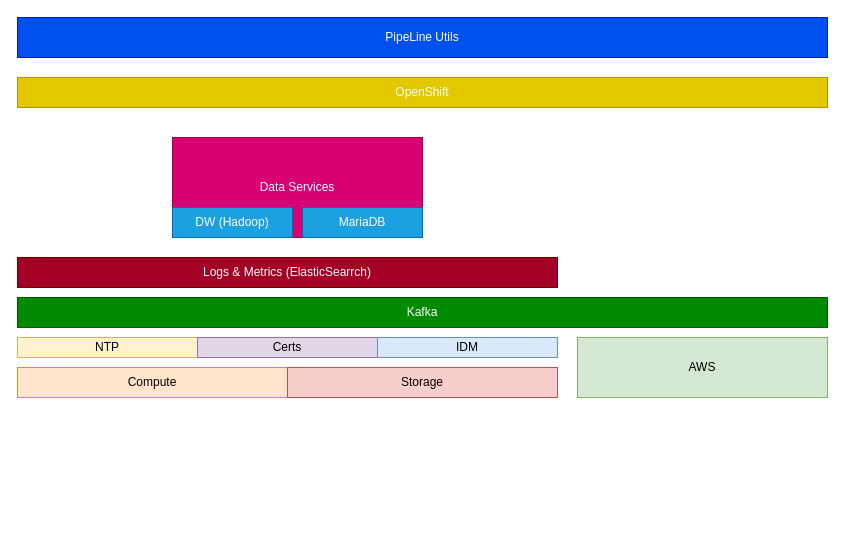
slmingol/diagram_assets keeps this draw.io diagram as architecture/platform.drawio. Above is the earlier version. Source tidied: cells renumbered, new cells numbered last; positions are measured from the earlier drawing's top-left corner, leaving out a move shared by most shapes. Both pictures are drawn from the tidied source at 100%, with x=0, y=0 at pixel (17, 17).
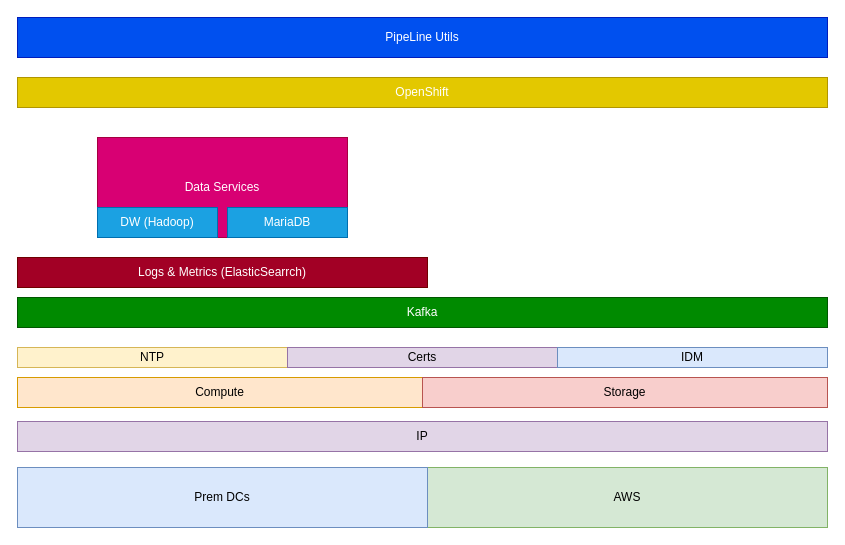
After the change.

Diff of the diagram source:
```diff
@@
 <mxGraphModel>
   <root>
     <mxCell id="0" />
     <mxCell id="1" parent="0" />
     <mxCell id="2" value="OpenShift" style="rounded=0;whiteSpace=wrap;html=1;fillColor=#e3c800;strokeColor=#B09500;fontColor=#ffffff;" parent="1" vertex="1">
       <mxGeometry y="60" width="810" height="30" as="geometry" />
     </mxCell>
     <mxCell id="3" value="Kafka" style="rounded=0;whiteSpace=wrap;html=1;fillColor=#008a00;strokeColor=#005700;fontColor=#ffffff;" parent="1" vertex="1">
       <mxGeometry y="280" width="810" height="30" as="geometry" />
     </mxCell>
-    <mxCell id="4" value="Data Services" style="rounded=0;whiteSpace=wrap;html=1;fillColor=#d80073;strokeColor=#A50040;fontColor=#ffffff;" parent="1" vertex="1">
-      <mxGeometry x="155" y="120" width="250" height="100" as="geometry" />
-    </mxCell>
-    <mxCell id="5" value="DW (Hadoop)" style="rounded=0;whiteSpace=wrap;html=1;fillColor=#1ba1e2;strokeColor=#006EAF;fontColor=#ffffff;" parent="1" vertex="1">
-      <mxGeometry x="155" y="190" width="120" height="30" as="geometry" />
-    </mxCell>
-    <mxCell id="6" value="MariaDB" style="rounded=0;whiteSpace=wrap;html=1;fillColor=#1ba1e2;strokeColor=#006EAF;fontColor=#ffffff;" parent="1" vertex="1">
-      <mxGeometry x="285" y="190" width="120" height="30" as="geometry" />
-    </mxCell>
     <mxCell id="7" value="PipeLine Utils" style="rounded=0;whiteSpace=wrap;html=1;fillColor=#0050ef;strokeColor=#001DBC;fontColor=#ffffff;" parent="1" vertex="1">
       <mxGeometry width="810" height="40" as="geometry" />
     </mxCell>
     <mxCell id="8" value="Logs &amp;amp; Metrics (ElasticSearrch)" style="rounded=0;whiteSpace=wrap;html=1;fillColor=#a20025;strokeColor=#6F0000;fontColor=#ffffff;" parent="1" vertex="1">
-      <mxGeometry y="240" width="540" height="30" as="geometry" />
+      <mxGeometry y="240" width="410" height="30" as="geometry" />
     </mxCell>
     <mxCell id="9" style="group;" parent="1" vertex="1">
-      <mxGeometry y="350" width="540" height="30" as="geometry" />
+      <mxGeometry y="360" width="810" height="30" as="geometry" />
     </mxCell>
     <mxCell id="10" value="Compute" style="rounded=0;whiteSpace=wrap;html=1;fillColor=#ffe6cc;strokeColor=#d79b00;" parent="9" vertex="1">
-      <mxGeometry width="270" height="30" as="geometry" />
+      <mxGeometry width="405" height="30" as="geometry" />
     </mxCell>
     <mxCell id="11" value="Storage" style="rounded=0;whiteSpace=wrap;html=1;fillColor=#f8cecc;strokeColor=#b85450;" parent="9" vertex="1">
-      <mxGeometry x="270" width="270" height="30" as="geometry" />
+      <mxGeometry x="405" width="405" height="30" as="geometry" />
     </mxCell>
     <mxCell id="12" style="group;" parent="1" vertex="1">
-      <mxGeometry y="320" width="540" height="20" as="geometry" />
+      <mxGeometry y="330" width="810" height="20" as="geometry" />
     </mxCell>
     <mxCell id="13" value="NTP" style="rounded=0;whiteSpace=wrap;html=1;fillColor=#fff2cc;strokeColor=#d6b656;" parent="12" vertex="1">
-      <mxGeometry width="180" height="20" as="geometry" />
+      <mxGeometry width="270" height="20" as="geometry" />
     </mxCell>
     <mxCell id="14" value="Certs" style="rounded=0;whiteSpace=wrap;html=1;fillColor=#e1d5e7;strokeColor=#9673a6;" parent="12" vertex="1">
-      <mxGeometry x="180" width="180" height="20" as="geometry" />
+      <mxGeometry x="270" width="270" height="20" as="geometry" />
     </mxCell>
     <mxCell id="15" value="IDM" style="rounded=0;whiteSpace=wrap;html=1;fillColor=#dae8fc;strokeColor=#6c8ebf;" parent="12" vertex="1">
-      <mxGeometry x="360" width="180" height="20" as="geometry" />
+      <mxGeometry x="540" width="270" height="20" as="geometry" />
     </mxCell>
     <mxCell id="16" value="AWS" style="rounded=0;whiteSpace=wrap;html=1;fillColor=#d5e8d4;strokeColor=#82b366;" parent="1" vertex="1">
-      <mxGeometry x="560" y="320" width="250" height="60" as="geometry" />
+      <mxGeometry x="410" y="450" width="400" height="60" as="geometry" />
     </mxCell>
+    <mxCell id="17" value="Prem DCs" style="rounded=0;whiteSpace=wrap;html=1;fillColor=#dae8fc;strokeColor=#6c8ebf;" parent="1" vertex="1">
+      <mxGeometry y="450" width="410" height="60" as="geometry" />
+    </mxCell>
+    <mxCell id="18" value="IP" style="rounded=0;whiteSpace=wrap;html=1;fillColor=#e1d5e7;strokeColor=#9673a6;" parent="1" vertex="1">
+      <mxGeometry y="404" width="810" height="30" as="geometry" />
+    </mxCell>
+    <mxCell id="19" style="group;" parent="1" vertex="1">
+      <mxGeometry x="80" y="120" width="250" height="100" as="geometry" />
+    </mxCell>
+    <mxCell id="4" value="Data Services" style="rounded=0;whiteSpace=wrap;html=1;fillColor=#d80073;strokeColor=#A50040;fontColor=#ffffff;" parent="19" vertex="1">
+      <mxGeometry width="250" height="100" as="geometry" />
+    </mxCell>
+    <mxCell id="5" value="DW (Hadoop)" style="rounded=0;whiteSpace=wrap;html=1;fillColor=#1ba1e2;strokeColor=#006EAF;fontColor=#ffffff;" parent="19" vertex="1">
+      <mxGeometry y="70" width="120" height="30" as="geometry" />
+    </mxCell>
+    <mxCell id="6" value="MariaDB" style="rounded=0;whiteSpace=wrap;html=1;fillColor=#1ba1e2;strokeColor=#006EAF;fontColor=#ffffff;" parent="19" vertex="1">
+      <mxGeometry x="130" y="70" width="120" height="30" as="geometry" />
+    </mxCell>
   </root>
 </mxGraphModel>
```
